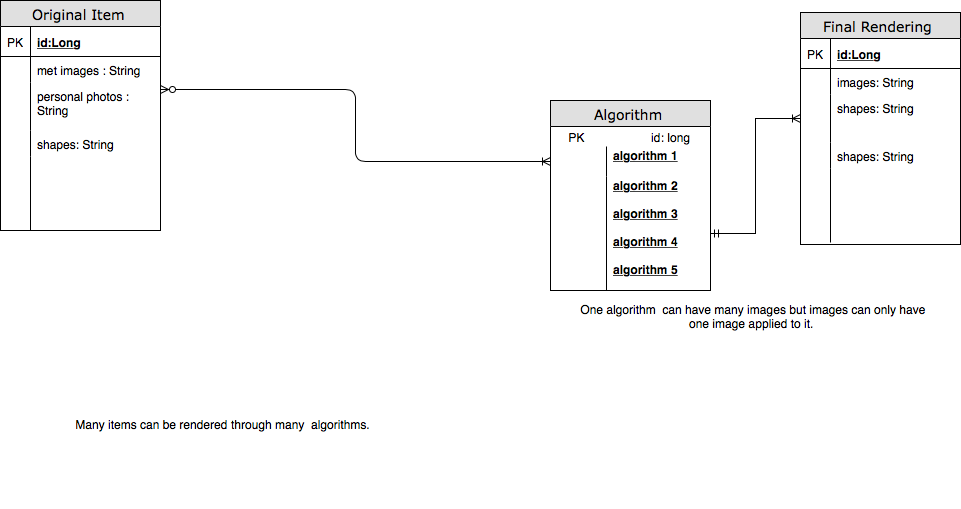
Before: docs/erd.png, a diagram exported from draw.io (nevdiaz/Iterate). Source tidied: cells renumbered, new cells last; positions are measured from the earlier drawing's top-left corner, leaving out a move shared by most shapes.
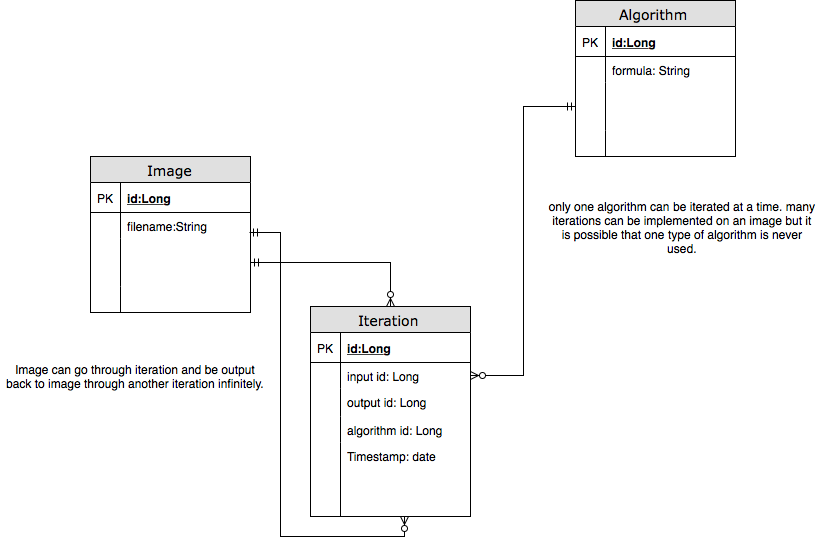
The same diagram one commit later.

What changed in the source:
```diff
@@ -2,8 +2,8 @@
   <root>
     <mxCell id="0" />
     <mxCell id="1" parent="0" />
-    <mxCell id="2" value="Original Item" style="swimlane;html=1;fontStyle=0;horizontal=1;startSize=26;fillColor=#e0e0e0;swimlaneFillColor=#ffffff;align=center;rounded=0;shadow=0;comic=0;labelBackgroundColor=none;strokeColor=#000000;strokeWidth=1;fontFamily=Verdana;fontSize=14;fontColor=#000000;" parent="1" vertex="1">
-      <mxGeometry width="160" height="230" as="geometry" />
+    <mxCell id="2" value="Image" style="swimlane;html=1;fontStyle=0;horizontal=1;startSize=26;fillColor=#e0e0e0;swimlaneFillColor=#ffffff;align=center;rounded=0;shadow=0;comic=0;labelBackgroundColor=none;strokeColor=#000000;strokeWidth=1;fontFamily=Verdana;fontSize=14;fontColor=#000000;" parent="1" vertex="1">
+      <mxGeometry width="160" height="156" as="geometry" />
     </mxCell>
     <mxCell id="3" value="id:Long" style="shape=partialRectangle;top=0;left=0;right=0;bottom=1;html=1;align=left;verticalAlign=middle;fillColor=none;spacingLeft=34;spacingRight=4;whiteSpace=wrap;overflow=hidden;fontStyle=5;" parent="2" vertex="1">
       <mxGeometry y="26" width="160" height="30" as="geometry" />
@@ -11,53 +11,26 @@
     <mxCell id="4" value="PK" style="shape=partialRectangle;top=0;left=0;bottom=0;html=1;fillColor=none;align=left;verticalAlign=middle;spacingLeft=4;spacingRight=4;whiteSpace=wrap;overflow=hidden;" parent="3" vertex="1">
       <mxGeometry width="30" height="30" as="geometry" />
     </mxCell>
-    <mxCell id="5" value="met images : String" style="shape=partialRectangle;top=0;left=0;right=0;bottom=0;html=1;align=left;verticalAlign=top;fillColor=none;spacingLeft=34;spacingRight=4;whiteSpace=wrap;overflow=hidden;points=[[0,0.5],[1,0.5]];portConstraint=eastwest;" parent="2" vertex="1">
+    <mxCell id="5" value="filename:String" style="shape=partialRectangle;top=0;left=0;right=0;bottom=0;html=1;align=left;verticalAlign=top;fillColor=none;spacingLeft=34;spacingRight=4;whiteSpace=wrap;overflow=hidden;points=[[0,0.5],[1,0.5]];portConstraint=eastwest;" parent="2" vertex="1">
       <mxGeometry y="56" width="160" height="26" as="geometry" />
     </mxCell>
     <mxCell id="6" style="shape=partialRectangle;top=0;left=0;bottom=0;html=1;fillColor=none;align=left;verticalAlign=top;spacingLeft=4;spacingRight=4;whiteSpace=wrap;overflow=hidden;" parent="5" vertex="1">
       <mxGeometry width="30" height="26" as="geometry" />
     </mxCell>
-    <mxCell id="7" value="personal photos : String" style="shape=partialRectangle;top=0;left=0;right=0;bottom=0;html=1;align=left;verticalAlign=top;fillColor=none;spacingLeft=34;spacingRight=4;whiteSpace=wrap;overflow=hidden;points=[[0,0.5],[1,0.5]];portConstraint=eastwest;" parent="2" vertex="1">
+    <mxCell id="7" style="shape=partialRectangle;top=0;left=0;right=0;bottom=0;html=1;align=left;verticalAlign=top;fillColor=none;spacingLeft=34;spacingRight=4;whiteSpace=wrap;overflow=hidden;points=[[0,0.5],[1,0.5]];portConstraint=eastwest;" parent="2" vertex="1">
       <mxGeometry y="82" width="160" height="48" as="geometry" />
     </mxCell>
     <mxCell id="8" style="shape=partialRectangle;top=0;left=0;bottom=0;html=1;fillColor=none;align=left;verticalAlign=top;spacingLeft=4;spacingRight=4;whiteSpace=wrap;overflow=hidden;" parent="7" vertex="1">
       <mxGeometry width="30" height="48" as="geometry" />
     </mxCell>
-    <mxCell id="9" value="shapes: String" style="shape=partialRectangle;top=0;left=0;right=0;bottom=0;html=1;align=left;verticalAlign=top;fillColor=none;spacingLeft=34;spacingRight=4;whiteSpace=wrap;overflow=hidden;" parent="2" vertex="1">
+    <mxCell id="9" style="shape=partialRectangle;top=0;left=0;right=0;bottom=0;html=1;align=left;verticalAlign=top;fillColor=none;spacingLeft=34;spacingRight=4;whiteSpace=wrap;overflow=hidden;" parent="2" vertex="1">
       <mxGeometry y="130" width="160" height="26" as="geometry" />
     </mxCell>
     <mxCell id="10" style="shape=partialRectangle;top=0;left=0;bottom=0;html=1;fillColor=none;align=left;verticalAlign=top;spacingLeft=4;spacingRight=4;whiteSpace=wrap;overflow=hidden;" parent="9" vertex="1">
       <mxGeometry width="30" height="26" as="geometry" />
     </mxCell>
-    <mxCell id="11" style="shape=partialRectangle;top=0;left=0;right=0;bottom=0;html=1;align=left;verticalAlign=top;fillColor=none;spacingLeft=34;spacingRight=4;whiteSpace=wrap;overflow=hidden;" parent="2" vertex="1">
-      <mxGeometry y="156" width="160" height="74" as="geometry" />
-    </mxCell>
-    <mxCell id="12" style="shape=partialRectangle;top=0;left=0;bottom=0;html=1;fillColor=none;align=left;verticalAlign=top;spacingLeft=4;spacingRight=4;whiteSpace=wrap;overflow=hidden;" parent="11" vertex="1">
-      <mxGeometry width="30" height="74" as="geometry" />
-    </mxCell>
-    <mxCell id="13" value="Algorithm" style="swimlane;html=1;fontStyle=0;horizontal=1;startSize=26;fillColor=#e0e0e0;swimlaneFillColor=#ffffff;align=center;rounded=0;shadow=0;comic=0;labelBackgroundColor=none;strokeColor=#000000;strokeWidth=1;fontFamily=Verdana;fontSize=14;fontColor=#000000;" parent="1" vertex="1">
-      <mxGeometry x="550" y="100" width="160" height="190" as="geometry" />
-    </mxCell>
-    <mxCell id="14" value="PK &amp;nbsp; &amp;nbsp; &amp;nbsp; &amp;nbsp; &amp;nbsp; &amp;nbsp; &amp;nbsp; &amp;nbsp; &amp;nbsp; &amp;nbsp;id: long&amp;nbsp;" style="text;html=1;strokeColor=none;fillColor=none;align=center;verticalAlign=middle;whiteSpace=wrap;rounded=0;" parent="13" vertex="1">
-      <mxGeometry y="26" width="160" height="20" as="geometry" />
-    </mxCell>
-    <mxCell id="15" value="algorithm 1&lt;br&gt;&lt;br&gt;" style="shape=partialRectangle;top=0;left=0;right=0;bottom=0;html=1;align=left;verticalAlign=middle;fillColor=none;spacingLeft=60;spacingRight=4;whiteSpace=wrap;overflow=hidden;points=[[0,0.5],[1,0.5]];portConstraint=eastwest;fontStyle=5;" parent="13" vertex="1">
-      <mxGeometry y="46" width="160" height="30" as="geometry" />
-    </mxCell>
-    <mxCell id="16" style="shape=partialRectangle;fontStyle=1;top=0;left=0;bottom=0;html=1;fillColor=none;align=left;verticalAlign=middle;spacingLeft=4;spacingRight=4;whiteSpace=wrap;overflow=hidden;" parent="15" vertex="1">
-      <mxGeometry width="56" height="30" as="geometry" />
-    </mxCell>
-    <mxCell id="17" value="&lt;span&gt;algorithm 2&lt;br&gt;&lt;br&gt;algorithm 3&lt;br&gt;&lt;br&gt;algorithm 4&lt;br&gt;&lt;br&gt;algorithm 5&lt;br&gt;&lt;br&gt;algorithm 6&lt;br&gt;&lt;/span&gt;" style="shape=partialRectangle;top=0;left=0;right=0;bottom=1;html=1;align=left;verticalAlign=middle;fillColor=none;spacingLeft=60;spacingRight=4;whiteSpace=wrap;overflow=hidden;points=[[0,0.5],[1,0.5]];portConstraint=eastwest;fontStyle=5;" parent="13" vertex="1">
-      <mxGeometry y="76" width="160" height="114" as="geometry" />
-    </mxCell>
-    <mxCell id="18" style="shape=partialRectangle;fontStyle=1;top=0;left=0;bottom=0;html=1;fillColor=none;align=left;verticalAlign=middle;spacingLeft=4;spacingRight=4;whiteSpace=wrap;overflow=hidden;" parent="17" vertex="1">
-      <mxGeometry width="56" height="114" as="geometry" />
-    </mxCell>
-    <mxCell id="19" style="edgeStyle=orthogonalEdgeStyle;html=1;endArrow=ERzeroToMany;endFill=1;startArrow=ERoneToMany;labelBackgroundColor=none;fontFamily=Verdana;fontSize=14;entryX=1;entryY=0.154;exitX=0;exitY=0.5;entryDx=0;entryDy=0;entryPerimeter=0;startFill=0;" parent="1" edge="1" source="15" target="7">
-      <mxGeometry relative="1" as="geometry" />
-    </mxCell>
-    <mxCell id="20" value="Final Rendering" style="swimlane;html=1;fontStyle=0;horizontal=1;startSize=26;fillColor=#e0e0e0;swimlaneFillColor=#ffffff;align=center;rounded=0;shadow=0;comic=0;labelBackgroundColor=none;strokeColor=#000000;strokeWidth=1;fontFamily=Verdana;fontSize=14;fontColor=#000000;" parent="1" vertex="1">
-      <mxGeometry x="800" y="12" width="160" height="232" as="geometry" />
+    <mxCell id="20" value="Iteration" style="swimlane;html=1;fontStyle=0;horizontal=1;startSize=26;fillColor=#e0e0e0;swimlaneFillColor=#ffffff;align=center;rounded=0;shadow=0;comic=0;labelBackgroundColor=none;strokeColor=#000000;strokeWidth=1;fontFamily=Verdana;fontSize=14;fontColor=#000000;" parent="1" vertex="1">
+      <mxGeometry x="220" y="150" width="160" height="210" as="geometry" />
     </mxCell>
     <mxCell id="21" value="id:Long" style="shape=partialRectangle;top=0;left=0;right=0;bottom=1;html=1;align=left;verticalAlign=middle;fillColor=none;spacingLeft=34;spacingRight=4;whiteSpace=wrap;overflow=hidden;fontStyle=5;" parent="20" vertex="1">
       <mxGeometry y="26" width="160" height="30" as="geometry" />
@@ -65,38 +38,71 @@
     <mxCell id="22" value="PK" style="shape=partialRectangle;top=0;left=0;bottom=0;html=1;fillColor=none;align=left;verticalAlign=middle;spacingLeft=4;spacingRight=4;whiteSpace=wrap;overflow=hidden;" parent="21" vertex="1">
       <mxGeometry width="30" height="30" as="geometry" />
     </mxCell>
-    <mxCell id="23" value="images: String" style="shape=partialRectangle;top=0;left=0;right=0;bottom=0;html=1;align=left;verticalAlign=top;fillColor=none;spacingLeft=34;spacingRight=4;whiteSpace=wrap;overflow=hidden;points=[[0,0.5],[1,0.5]];portConstraint=eastwest;" parent="20" vertex="1">
+    <mxCell id="23" value="input id: Long" style="shape=partialRectangle;top=0;left=0;right=0;bottom=0;html=1;align=left;verticalAlign=top;fillColor=none;spacingLeft=34;spacingRight=4;whiteSpace=wrap;overflow=hidden;points=[[0,0.5],[1,0.5]];portConstraint=eastwest;" parent="20" vertex="1">
       <mxGeometry y="56" width="160" height="26" as="geometry" />
     </mxCell>
     <mxCell id="24" style="shape=partialRectangle;top=0;left=0;bottom=0;html=1;fillColor=none;align=left;verticalAlign=top;spacingLeft=4;spacingRight=4;whiteSpace=wrap;overflow=hidden;" parent="23" vertex="1">
       <mxGeometry width="30" height="26" as="geometry" />
     </mxCell>
-    <mxCell id="25" value="shapes: String" style="shape=partialRectangle;top=0;left=0;right=0;bottom=0;html=1;align=left;verticalAlign=top;fillColor=none;spacingLeft=34;spacingRight=4;whiteSpace=wrap;overflow=hidden;points=[[0,0.5],[1,0.5]];portConstraint=eastwest;" parent="20" vertex="1">
-      <mxGeometry y="82" width="160" height="48" as="geometry" />
+    <mxCell id="25" value="output id: Long" style="shape=partialRectangle;top=0;left=0;right=0;bottom=0;html=1;align=left;verticalAlign=top;fillColor=none;spacingLeft=34;spacingRight=4;whiteSpace=wrap;overflow=hidden;points=[[0,0.5],[1,0.5]];portConstraint=eastwest;" parent="20" vertex="1">
+      <mxGeometry y="82" width="160" height="28" as="geometry" />
     </mxCell>
     <mxCell id="26" style="shape=partialRectangle;top=0;left=0;bottom=0;html=1;fillColor=none;align=left;verticalAlign=top;spacingLeft=4;spacingRight=4;whiteSpace=wrap;overflow=hidden;" parent="25" vertex="1">
-      <mxGeometry width="30" height="48" as="geometry" />
+      <mxGeometry width="30" height="28" as="geometry" />
     </mxCell>
-    <mxCell id="27" value="shapes: String" style="shape=partialRectangle;top=0;left=0;right=0;bottom=0;html=1;align=left;verticalAlign=top;fillColor=none;spacingLeft=34;spacingRight=4;whiteSpace=wrap;overflow=hidden;" parent="20" vertex="1">
-      <mxGeometry y="130" width="160" height="26" as="geometry" />
+    <mxCell id="27" value="algorithm id: Long" style="shape=partialRectangle;top=0;left=0;right=0;bottom=0;html=1;align=left;verticalAlign=top;fillColor=none;spacingLeft=34;spacingRight=4;whiteSpace=wrap;overflow=hidden;" parent="20" vertex="1">
+      <mxGeometry y="110" width="160" height="26" as="geometry" />
     </mxCell>
     <mxCell id="28" style="shape=partialRectangle;top=0;left=0;bottom=0;html=1;fillColor=none;align=left;verticalAlign=top;spacingLeft=4;spacingRight=4;whiteSpace=wrap;overflow=hidden;" parent="27" vertex="1">
       <mxGeometry width="30" height="26" as="geometry" />
     </mxCell>
-    <mxCell id="29" style="shape=partialRectangle;top=0;left=0;right=0;bottom=0;html=1;align=left;verticalAlign=top;fillColor=none;spacingLeft=34;spacingRight=4;whiteSpace=wrap;overflow=hidden;points=[[0,0.5],[1,0.5]];portConstraint=eastwest;" parent="20" vertex="1">
-      <mxGeometry y="156" width="160" height="74" as="geometry" />
+    <mxCell id="29" value="Timestamp: date" style="shape=partialRectangle;top=0;left=0;right=0;bottom=0;html=1;align=left;verticalAlign=top;fillColor=none;spacingLeft=34;spacingRight=4;whiteSpace=wrap;overflow=hidden;points=[[0,0.5],[1,0.5]];portConstraint=eastwest;" parent="20" vertex="1">
+      <mxGeometry y="136" width="160" height="74" as="geometry" />
     </mxCell>
     <mxCell id="30" style="shape=partialRectangle;top=0;left=0;bottom=0;html=1;fillColor=none;align=left;verticalAlign=top;spacingLeft=4;spacingRight=4;whiteSpace=wrap;overflow=hidden;" parent="29" vertex="1">
       <mxGeometry width="30" height="74" as="geometry" />
     </mxCell>
-    <mxCell id="31" style="rounded=0;jettySize=auto;html=1;exitX=1;exitY=0.5;exitDx=0;exitDy=0;entryX=0;entryY=0.5;entryDx=0;entryDy=0;edgeStyle=orthogonalEdgeStyle;endArrow=ERoneToMany;endFill=0;startArrow=ERmandOne;startFill=0;" parent="1" edge="1" source="17" target="25">
+    <mxCell id="31" style="rounded=0;jettySize=auto;html=1;exitX=0;exitY=0.5;exitDx=0;exitDy=0;entryX=1;entryY=0.5;entryDx=0;entryDy=0;edgeStyle=orthogonalEdgeStyle;endArrow=ERzeroToMany;endFill=1;startArrow=ERmandOne;startFill=0;" parent="1" edge="1" source="38" target="23">
       <mxGeometry relative="1" as="geometry" />
     </mxCell>
-    <mxCell id="32" value="Many items can be rendered through many &amp;nbsp;algorithms. &amp;nbsp;" style="text;html=1;strokeColor=none;fillColor=none;align=center;verticalAlign=middle;whiteSpace=wrap;rounded=0;" parent="1" vertex="1">
-      <mxGeometry x="50" y="338" width="350" height="170" as="geometry" />
+    <mxCell id="32" value="Image can go through iteration and be output back to image through another iteration infinitely." style="text;html=1;strokeColor=none;fillColor=none;align=center;verticalAlign=middle;whiteSpace=wrap;rounded=0;" parent="1" vertex="1">
+      <mxGeometry x="-90" y="176" width="270" height="86" as="geometry" />
     </mxCell>
-    <mxCell id="33" value="One algorithm &amp;nbsp;can have many images but images can only have one image applied to it.&amp;nbsp;" style="text;html=1;strokeColor=none;fillColor=none;align=center;verticalAlign=middle;whiteSpace=wrap;rounded=0;" parent="1" vertex="1">
-      <mxGeometry x="578" y="230" width="350" height="170" as="geometry" />
-    </mxCell>
+    <mxCell id="13" value="Algorithm" style="swimlane;html=1;fontStyle=0;horizontal=1;startSize=26;fillColor=#e0e0e0;swimlaneFillColor=#ffffff;align=center;rounded=0;shadow=0;comic=0;labelBackgroundColor=none;strokeColor=#000000;strokeWidth=1;fontFamily=Verdana;fontSize=14;fontColor=#000000;" parent="1" vertex="1">
+      <mxGeometry x="485" y="-156" width="160" height="156" as="geometry" />
+    </mxCell>
+    <mxCell id="34" value="id:Long" style="shape=partialRectangle;top=0;left=0;right=0;bottom=1;html=1;align=left;verticalAlign=middle;fillColor=none;spacingLeft=34;spacingRight=4;whiteSpace=wrap;overflow=hidden;fontStyle=5;" parent="13" vertex="1">
+      <mxGeometry y="26" width="160" height="30" as="geometry" />
+    </mxCell>
+    <mxCell id="35" value="PK" style="shape=partialRectangle;top=0;left=0;bottom=0;html=1;fillColor=none;align=left;verticalAlign=middle;spacingLeft=4;spacingRight=4;whiteSpace=wrap;overflow=hidden;" parent="34" vertex="1">
+      <mxGeometry width="30" height="30" as="geometry" />
+    </mxCell>
+    <mxCell id="36" value="formula: String" style="shape=partialRectangle;top=0;left=0;right=0;bottom=0;html=1;align=left;verticalAlign=top;fillColor=none;spacingLeft=34;spacingRight=4;whiteSpace=wrap;overflow=hidden;" parent="13" vertex="1">
+      <mxGeometry y="56" width="160" height="26" as="geometry" />
+    </mxCell>
+    <mxCell id="37" style="shape=partialRectangle;top=0;left=0;bottom=0;html=1;fillColor=none;align=left;verticalAlign=top;spacingLeft=4;spacingRight=4;whiteSpace=wrap;overflow=hidden;" parent="36" vertex="1">
+      <mxGeometry width="30" height="26" as="geometry" />
+    </mxCell>
+    <mxCell id="38" style="shape=partialRectangle;top=0;left=0;right=0;bottom=0;html=1;align=left;verticalAlign=top;fillColor=none;spacingLeft=34;spacingRight=4;whiteSpace=wrap;overflow=hidden;points=[[0,0.5],[1,0.5]];portConstraint=eastwest;" parent="13" vertex="1">
+      <mxGeometry y="82" width="160" height="48" as="geometry" />
+    </mxCell>
+    <mxCell id="39" style="shape=partialRectangle;top=0;left=0;bottom=0;html=1;fillColor=none;align=left;verticalAlign=top;spacingLeft=4;spacingRight=4;whiteSpace=wrap;overflow=hidden;" parent="38" vertex="1">
+      <mxGeometry width="30" height="48" as="geometry" />
+    </mxCell>
+    <mxCell id="40" style="shape=partialRectangle;top=0;left=0;right=0;bottom=0;html=1;align=left;verticalAlign=top;fillColor=none;spacingLeft=34;spacingRight=4;whiteSpace=wrap;overflow=hidden;" parent="13" vertex="1">
+      <mxGeometry y="130" width="160" height="26" as="geometry" />
+    </mxCell>
+    <mxCell id="41" style="shape=partialRectangle;top=0;left=0;bottom=0;html=1;fillColor=none;align=left;verticalAlign=top;spacingLeft=4;spacingRight=4;whiteSpace=wrap;overflow=hidden;" parent="40" vertex="1">
+      <mxGeometry width="30" height="26" as="geometry" />
+    </mxCell>
+    <mxCell id="42" style="edgeStyle=orthogonalEdgeStyle;rounded=0;jettySize=auto;html=1;entryX=0.588;entryY=1;entryDx=0;entryDy=0;entryPerimeter=0;exitX=0.994;exitY=0.769;exitDx=0;exitDy=0;exitPerimeter=0;endArrow=ERzeroToMany;endFill=1;startArrow=ERmandOne;startFill=0;" parent="1" edge="1" source="5" target="29">
+      <mxGeometry relative="1" as="geometry" />
+    </mxCell>
+    <mxCell id="43" style="edgeStyle=orthogonalEdgeStyle;rounded=0;jettySize=auto;html=1;exitX=1;exitY=0.5;exitDx=0;exitDy=0;entryX=0.5;entryY=0;entryDx=0;entryDy=0;startArrow=ERmandOne;startFill=0;endArrow=ERzeroToMany;endFill=1;" parent="1" edge="1" source="7" target="20">
+      <mxGeometry relative="1" as="geometry" />
+    </mxCell>
+    <mxCell id="44" value="only one algorithm can be iterated at a time. many iterations can be implemented on an image but it is possible that one type of algorithm is never used." style="text;html=1;strokeColor=none;fillColor=none;align=center;verticalAlign=middle;whiteSpace=wrap;rounded=0;" parent="1" vertex="1">
+      <mxGeometry x="457" y="26" width="270" height="86" as="geometry" />
+    </mxCell>
   </root>
 </mxGraphModel>
```
